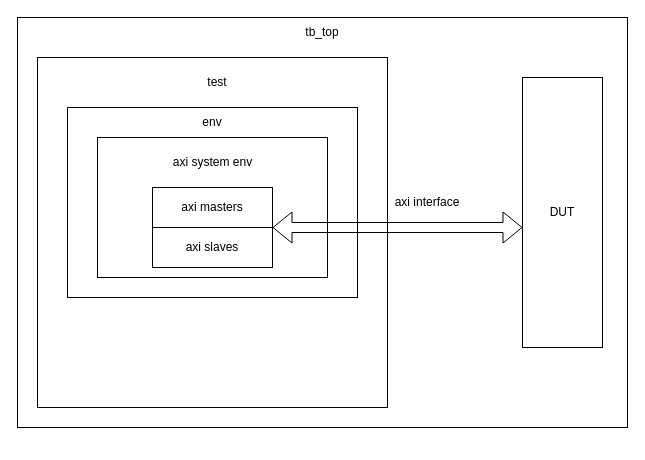
jieunjeong21/doc keeps this draw.io diagram as testbench0.drawio. Above is the earlier version. Source tidied: cells renumbered, new cells numbered last; positions are measured from the earlier drawing's top-left corner, leaving out a move shared by most shapes. Both pictures are drawn from the tidied source at 100%, with x=0, y=0 at pixel (17, 17).
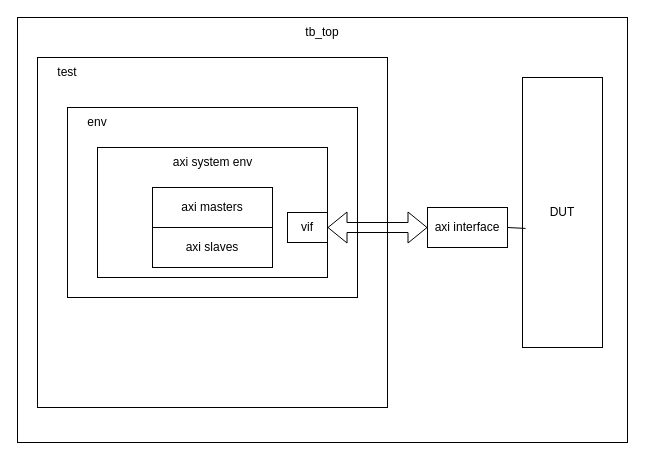
The same diagram, later.

Diff of the diagram source:
```diff
@@
 <mxGraphModel>
   <root>
     <mxCell id="0" />
     <mxCell id="1" parent="0" />
     <mxCell id="2" style="rounded=0;whiteSpace=wrap;html=1;" parent="1" vertex="1">
-      <mxGeometry width="610" height="410" as="geometry" />
+      <mxGeometry width="610" height="425" as="geometry" />
     </mxCell>
     <mxCell id="3" value="tb_top" style="text;html=1;align=center;verticalAlign=middle;whiteSpace=wrap;rounded=0;" parent="1" vertex="1">
       <mxGeometry x="250" width="110" height="30" as="geometry" />
     </mxCell>
     <mxCell id="4" value="DUT" style="rounded=0;whiteSpace=wrap;html=1;" parent="1" vertex="1">
       <mxGeometry x="505" y="60" width="80" height="270" as="geometry" />
     </mxCell>
-    <mxCell id="5" value="axi interface" style="text;html=1;align=center;verticalAlign=middle;whiteSpace=wrap;rounded=0;" parent="1" vertex="1">
-      <mxGeometry x="370" y="170" width="80" height="30" as="geometry" />
-    </mxCell>
     <mxCell id="6" style="rounded=0;whiteSpace=wrap;html=1;" parent="1" vertex="1">
       <mxGeometry x="20" y="40" width="350" height="350" as="geometry" />
     </mxCell>
     <mxCell id="7" value="test" style="text;html=1;align=center;verticalAlign=middle;whiteSpace=wrap;rounded=0;" parent="1" vertex="1">
-      <mxGeometry x="170" y="50" width="60" height="30" as="geometry" />
+      <mxGeometry x="20" y="40" width="60" height="30" as="geometry" />
     </mxCell>
     <mxCell id="8" style="rounded=0;whiteSpace=wrap;html=1;" parent="1" vertex="1">
       <mxGeometry x="50" y="90" width="290" height="190" as="geometry" />
     </mxCell>
     <mxCell id="9" value="env" style="text;html=1;align=center;verticalAlign=middle;whiteSpace=wrap;rounded=0;" parent="1" vertex="1">
-      <mxGeometry x="165" y="90" width="60" height="30" as="geometry" />
+      <mxGeometry x="50" y="90" width="60" height="30" as="geometry" />
     </mxCell>
     <mxCell id="10" style="rounded=0;whiteSpace=wrap;html=1;" parent="1" vertex="1">
-      <mxGeometry x="80" y="120" width="230" height="140" as="geometry" />
+      <mxGeometry x="80" y="130" width="230" height="130" as="geometry" />
     </mxCell>
     <mxCell id="11" value="axi system env" style="text;html=1;align=center;verticalAlign=middle;whiteSpace=wrap;rounded=0;" parent="1" vertex="1">
       <mxGeometry x="147.5" y="130" width="95" height="30" as="geometry" />
     </mxCell>
-    <mxCell id="12" style="shape=flexArrow;endArrow=classic;startArrow=classic;html=1;rounded=0;endSize=6;strokeWidth=1;exitX=1;exitY=0;exitDx=0;exitDy=0;" parent="1" edge="1" source="14">
+    <mxCell id="12" style="shape=flexArrow;endArrow=classic;startArrow=classic;html=1;rounded=0;endSize=6;strokeWidth=1;" parent="1" edge="1">
       <mxGeometry relative="1" as="geometry">
-        <mxPoint x="505" y="210" as="targetPoint" />
+        <mxPoint x="310" y="210" as="sourcePoint" />
+        <mxPoint x="410" y="210" as="targetPoint" />
       </mxGeometry>
     </mxCell>
     <mxCell id="13" value="axi masters" style="rounded=0;whiteSpace=wrap;html=1;" parent="1" vertex="1">
       <mxGeometry x="135" y="170" width="120" height="40" as="geometry" />
     </mxCell>
     <mxCell id="14" value="axi slaves" style="rounded=0;whiteSpace=wrap;html=1;" parent="1" vertex="1">
       <mxGeometry x="135" y="210" width="120" height="40" as="geometry" />
     </mxCell>
+    <mxCell id="5" value="axi interface" style="rounded=0;whiteSpace=wrap;html=1;" parent="1" vertex="1">
+      <mxGeometry x="410" y="190" width="80" height="40" as="geometry" />
+    </mxCell>
+    <mxCell id="15" style="endArrow=none;html=1;rounded=0;exitX=1;exitY=0.5;exitDx=0;exitDy=0;entryX=0.038;entryY=0.559;entryDx=0;entryDy=0;entryPerimeter=0;" parent="1" edge="1" source="5" target="4">
+      <mxGeometry relative="1" as="geometry" />
+    </mxCell>
+    <mxCell id="16" value="vif" style="rounded=0;whiteSpace=wrap;html=1;" parent="1" vertex="1">
+      <mxGeometry x="270" y="195" width="40" height="30" as="geometry" />
+    </mxCell>
   </root>
 </mxGraphModel>
```
